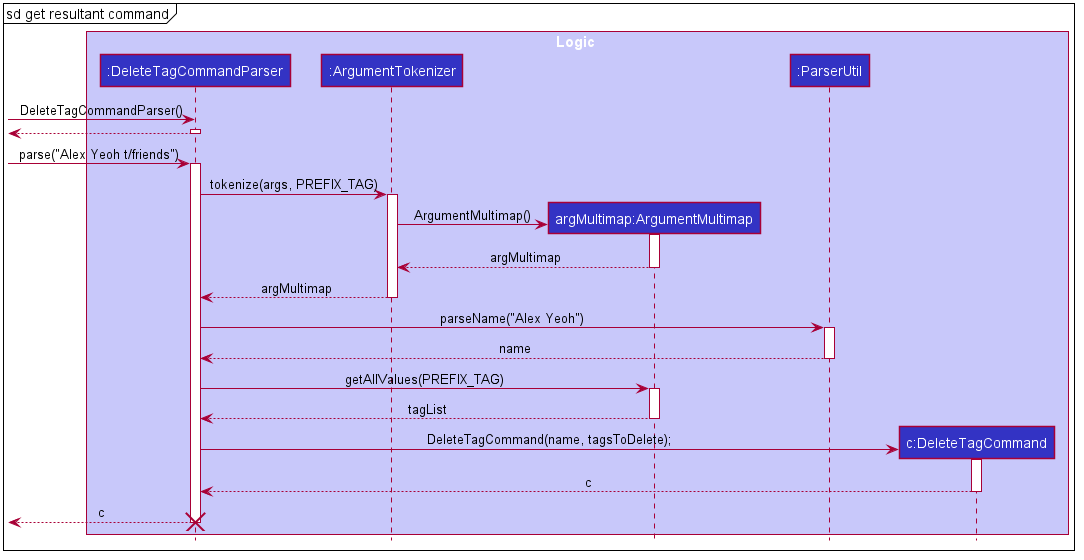
Earlier version of the PlantUML export docs/images/GetDeleteTagCommandSequenceDiagram.png (nus-cs2103-AY2021S1/tp).
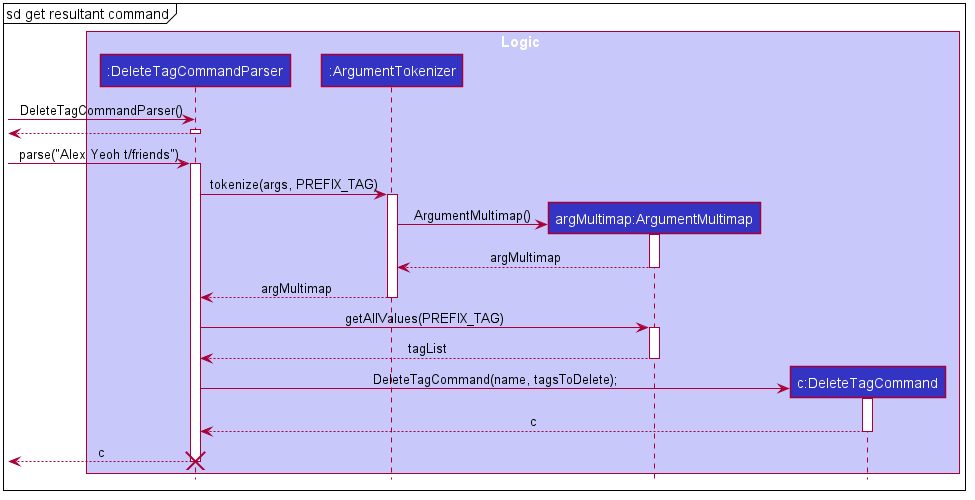
After the change.

Commit message:
Modify sequence diagrams to be less wide

The edit, as a diff of the source:
```diff
@@ -53,7 +53,6 @@
 participant ":DeleteTagCommandParser" as DeleteTagCommandParser #3333C4
 participant ":ArgumentTokenizer" as ArgumentTokenizer #3333C4
 participant "argMultimap:ArgumentMultimap" as ArgumentMultimap #3333C4
-participant ":ParserUtil" as ParserUtil #3333C4
 participant "c:DeleteTagCommand" as DeleteTagCommand #3333C4
 end box
 
@@ -80,12 +79,6 @@
 ArgumentTokenizer --> DeleteTagCommandParser : argMultimap
 deactivate ArgumentTokenizer
 
-DeleteTagCommandParser -> ParserUtil : parseName("Alex Yeoh")
-activate ParserUtil
-
-ParserUtil --> DeleteTagCommandParser : name
-deactivate ParserUtil
-
 DeleteTagCommandParser -> ArgumentMultimap : getAllValues(PREFIX_TAG)
 activate ArgumentMultimap
 
```
